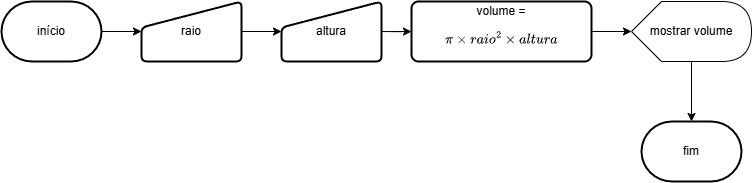
Earlier version of the draw.io export Parte-1/Atividade3.png (kf-martins-uel/algoritmos-atividade1). Source tidied: cells renumbered, new cells last; positions are measured from the earlier drawing's top-left corner, leaving out a move shared by most shapes.
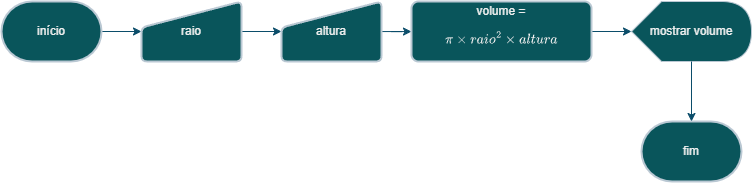
Above is the later version.

What changed in the source:
```diff
@@ -2,37 +2,37 @@
   <root>
     <mxCell id="0" />
     <mxCell id="1" parent="0" />
-    <mxCell id="2" style="edgeStyle=orthogonalEdgeStyle;rounded=0;jettySize=auto;html=1;" parent="1" edge="1" source="3" target="6">
+    <mxCell id="2" style="edgeStyle=orthogonalEdgeStyle;rounded=0;jettySize=auto;html=1;labelBackgroundColor=none;strokeColor=#0B4D6A;fontColor=default;" parent="1" edge="1" source="3" target="6">
       <mxGeometry relative="1" as="geometry" />
     </mxCell>
-    <mxCell id="3" value="início" style="strokeWidth=2;html=1;shape=mxgraph.flowchart.terminator;whiteSpace=wrap;" parent="1" vertex="1">
+    <mxCell id="3" value="início" style="strokeWidth=2;html=1;shape=mxgraph.flowchart.terminator;whiteSpace=wrap;labelBackgroundColor=none;fillColor=#09555B;strokeColor=#BAC8D3;fontColor=#EEEEEE;" parent="1" vertex="1">
       <mxGeometry width="100" height="60" as="geometry" />
     </mxCell>
-    <mxCell id="4" value="mostrar volume" style="shape=display;whiteSpace=wrap;html=1;" parent="1" vertex="1">
+    <mxCell id="4" value="mostrar volume" style="shape=display;whiteSpace=wrap;html=1;labelBackgroundColor=none;fillColor=#09555B;strokeColor=#BAC8D3;fontColor=#EEEEEE;" parent="1" vertex="1">
       <mxGeometry x="630" width="120" height="60" as="geometry" />
     </mxCell>
-    <mxCell id="5" style="edgeStyle=orthogonalEdgeStyle;rounded=0;jettySize=auto;html=1;" parent="1" edge="1" source="6" target="8">
+    <mxCell id="5" style="edgeStyle=orthogonalEdgeStyle;rounded=0;jettySize=auto;html=1;labelBackgroundColor=none;strokeColor=#0B4D6A;fontColor=default;" parent="1" edge="1" source="6" target="8">
       <mxGeometry relative="1" as="geometry" />
     </mxCell>
-    <mxCell id="6" value="raio" style="html=1;strokeWidth=2;shape=manualInput;whiteSpace=wrap;rounded=1;size=26;arcSize=11;" parent="1" vertex="1">
+    <mxCell id="6" value="raio" style="html=1;strokeWidth=2;shape=manualInput;whiteSpace=wrap;rounded=1;size=26;arcSize=11;labelBackgroundColor=none;fillColor=#09555B;strokeColor=#BAC8D3;fontColor=#EEEEEE;" parent="1" vertex="1">
       <mxGeometry x="140" width="100" height="60" as="geometry" />
     </mxCell>
-    <mxCell id="7" style="edgeStyle=orthogonalEdgeStyle;rounded=0;jettySize=auto;html=1;" parent="1" edge="1" source="8" target="10">
+    <mxCell id="7" style="edgeStyle=orthogonalEdgeStyle;rounded=0;jettySize=auto;html=1;labelBackgroundColor=none;strokeColor=#0B4D6A;fontColor=default;" parent="1" edge="1" source="8" target="10">
       <mxGeometry relative="1" as="geometry" />
     </mxCell>
-    <mxCell id="8" value="altura" style="html=1;strokeWidth=2;shape=manualInput;whiteSpace=wrap;rounded=1;size=26;arcSize=11;" parent="1" vertex="1">
+    <mxCell id="8" value="altura" style="html=1;strokeWidth=2;shape=manualInput;whiteSpace=wrap;rounded=1;size=26;arcSize=11;labelBackgroundColor=none;fillColor=#09555B;strokeColor=#BAC8D3;fontColor=#EEEEEE;" parent="1" vertex="1">
       <mxGeometry x="280" width="100" height="60" as="geometry" />
     </mxCell>
-    <mxCell id="9" style="edgeStyle=orthogonalEdgeStyle;rounded=0;jettySize=auto;html=1;" parent="1" edge="1" source="10" target="4">
+    <mxCell id="9" style="edgeStyle=orthogonalEdgeStyle;rounded=0;jettySize=auto;html=1;labelBackgroundColor=none;strokeColor=#0B4D6A;fontColor=default;" parent="1" edge="1" source="10" target="4">
       <mxGeometry relative="1" as="geometry" />
     </mxCell>
-    <mxCell id="10" value="volume = $$\pi\times raio^{2} \times altura$$" style="rounded=1;whiteSpace=wrap;html=1;absoluteArcSize=1;arcSize=14;strokeWidth=2;" parent="1" vertex="1">
+    <mxCell id="10" value="volume = $$\pi\times raio^{2} \times altura$$" style="rounded=1;whiteSpace=wrap;html=1;absoluteArcSize=1;arcSize=14;strokeWidth=2;labelBackgroundColor=none;fillColor=#09555B;strokeColor=#BAC8D3;fontColor=#EEEEEE;" parent="1" vertex="1">
       <mxGeometry x="410" width="180" height="60" as="geometry" />
     </mxCell>
-    <mxCell id="11" value="fim" style="strokeWidth=2;html=1;shape=mxgraph.flowchart.terminator;whiteSpace=wrap;" parent="1" vertex="1">
+    <mxCell id="11" value="fim" style="strokeWidth=2;html=1;shape=mxgraph.flowchart.terminator;whiteSpace=wrap;labelBackgroundColor=none;fillColor=#09555B;strokeColor=#BAC8D3;fontColor=#EEEEEE;" parent="1" vertex="1">
       <mxGeometry x="640" y="120" width="100" height="60" as="geometry" />
     </mxCell>
-    <mxCell id="12" style="edgeStyle=orthogonalEdgeStyle;rounded=0;jettySize=auto;html=1;entryX=0.5;entryY=0;entryDx=0;entryDy=0;entryPerimeter=0;" parent="1" edge="1" source="4" target="11">
+    <mxCell id="12" style="edgeStyle=orthogonalEdgeStyle;rounded=0;jettySize=auto;html=1;entryX=0.5;entryY=0;entryDx=0;entryDy=0;entryPerimeter=0;labelBackgroundColor=none;strokeColor=#0B4D6A;fontColor=default;" parent="1" edge="1" source="4" target="11">
       <mxGeometry relative="1" as="geometry" />
     </mxCell>
   </root>
```
